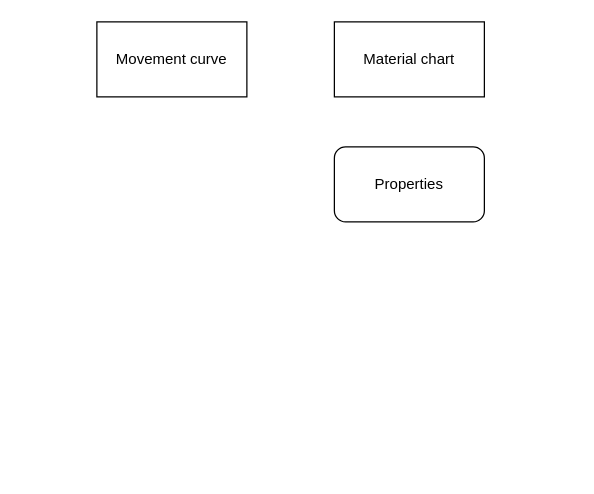
The draw.io diagram material-analysis.drawio in PumpKPie/quadruped-development, before the edit. Source tidied: cells renumbered, new cells numbered last; positions are measured from the earlier drawing's top-left corner, leaving out a move shared by most shapes. Both pictures are drawn from the tidied source at 125%, with x=0, y=0 at pixel (96, 21).
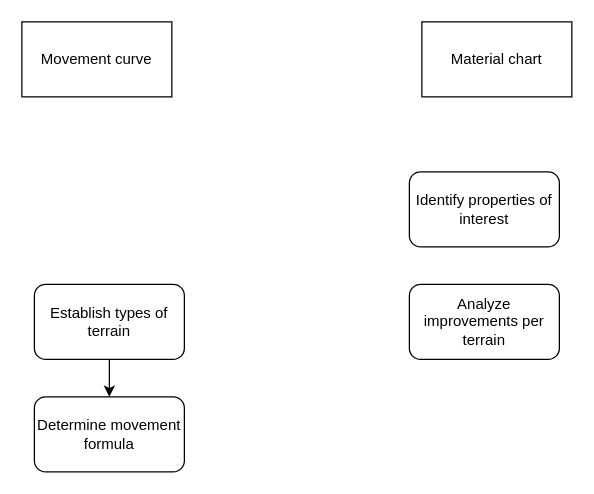
The same diagram, later.

What changed in the source:
```diff
@@
 <mxGraphModel>
   <root>
     <mxCell id="0" />
     <mxCell id="1" parent="0" />
     <mxCell id="2" value="Movement curve" style="rounded=0;whiteSpace=wrap;html=1;" parent="1" vertex="1">
-      <mxGeometry width="120" height="60" as="geometry" />
+      <mxGeometry x="-60" width="120" height="60" as="geometry" />
     </mxCell>
     <mxCell id="3" value="Material chart" style="rounded=0;whiteSpace=wrap;html=1;" parent="1" vertex="1">
-      <mxGeometry x="190" width="120" height="60" as="geometry" />
+      <mxGeometry x="260" width="120" height="60" as="geometry" />
     </mxCell>
-    <mxCell id="4" value="Properties" style="rounded=1;whiteSpace=wrap;html=1;" parent="1" vertex="1">
-      <mxGeometry x="190" y="100" width="120" height="60" as="geometry" />
+    <mxCell id="4" value="Identify properties of interest" style="rounded=1;whiteSpace=wrap;html=1;" parent="1" vertex="1">
+      <mxGeometry x="250" y="120" width="120" height="60" as="geometry" />
     </mxCell>
+    <mxCell id="5" value="Determine movement formula" style="rounded=1;whiteSpace=wrap;html=1;" parent="1" vertex="1">
+      <mxGeometry x="-50" y="300" width="120" height="60" as="geometry" />
+    </mxCell>
+    <mxCell id="6" style="edgeStyle=orthogonalEdgeStyle;rounded=0;jettySize=auto;html=1;exitX=0.5;exitY=1;exitDx=0;exitDy=0;entryX=0.5;entryY=0;entryDx=0;entryDy=0;" parent="1" edge="1" source="7" target="5">
+      <mxGeometry relative="1" as="geometry" />
+    </mxCell>
+    <mxCell id="7" value="Establish types of terrain" style="rounded=1;whiteSpace=wrap;html=1;" parent="1" vertex="1">
+      <mxGeometry x="-50" y="210" width="120" height="60" as="geometry" />
+    </mxCell>
+    <mxCell id="8" value="Analyze improvements per terrain" style="rounded=1;whiteSpace=wrap;html=1;" parent="1" vertex="1">
+      <mxGeometry x="250" y="210" width="120" height="60" as="geometry" />
+    </mxCell>
   </root>
 </mxGraphModel>
```
